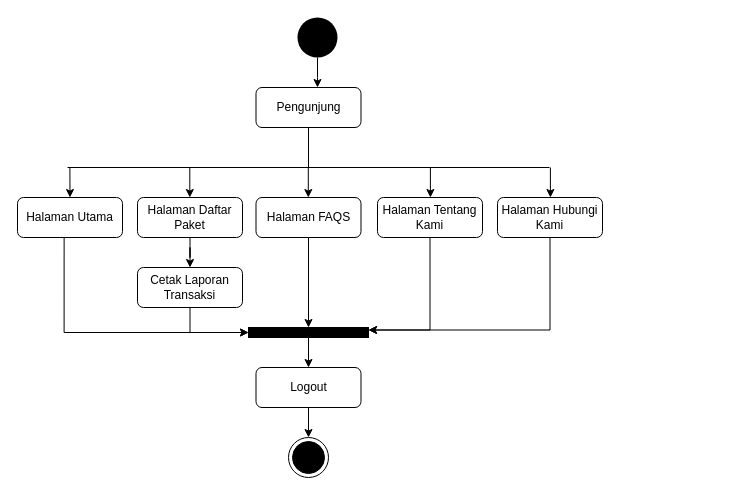
Above: page "AD-Pengunjung" (5 of 20) of SKRIPSI TARMIZI MAULANA/ARSIP/FILE MASTER DESAIN/DIAGRAM SKIRPSI TARMIZI MAULANA.drawio in Khairul122/JK-WebPemesananJasaFotografer-ED (draw.io), before the change. Source tidied: cells renumbered, new cells numbered last; positions are measured from the earlier drawing's top-left corner, leaving out a move shared by most shapes. Both pictures are drawn from the tidied source at 100%, with x=0, y=0 at pixel (17, 17).
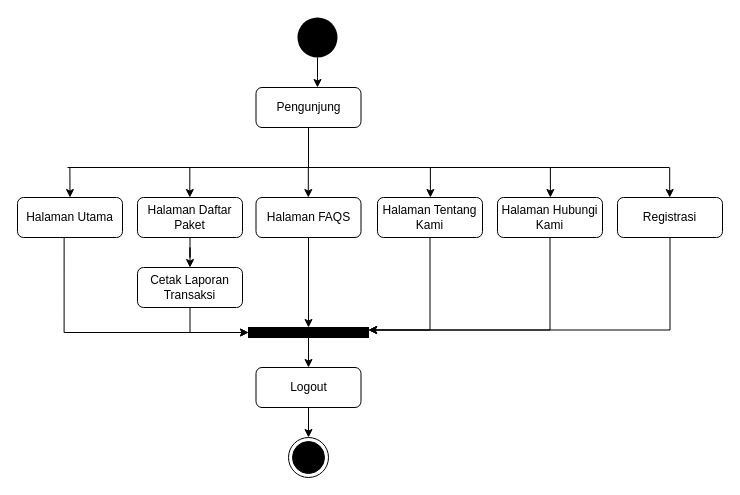
After the change.

The change refers to these unchanged cells:
```xml
<mxCell id="12" style="rounded=0;whiteSpace=wrap;html=1;fillColor=#000000;" parent="1" vertex="1">
  <mxGeometry x="231" y="310" width="120" height="10" as="geometry" />
</mxCell>
```

What changed in the source:
```diff
@@
     <mxCell id="21" style="endArrow=none;html=1;" parent="1" edge="1">
       <mxGeometry relative="1" as="geometry">
         <mxPoint x="50" y="150" as="sourcePoint" />
-        <mxPoint x="532" y="150" as="targetPoint" />
+        <mxPoint x="652" y="150" as="targetPoint" />
       </mxGeometry>
     </mxCell>
@@
+    <mxCell id="29" style="edgeStyle=orthogonalEdgeStyle;rounded=0;jettySize=auto;html=1;entryX=1;entryY=0.25;entryDx=0;entryDy=0;exitX=0.5;exitY=1;exitDx=0;exitDy=0;" parent="1" edge="1" source="30" target="12">
+      <mxGeometry relative="1" as="geometry" />
+    </mxCell>
+    <mxCell id="30" value="Registrasi" style="rounded=1;whiteSpace=wrap;html=1;" parent="1" vertex="1">
+      <mxGeometry x="600" y="180" width="105" height="40" as="geometry" />
+    </mxCell>
+    <mxCell id="31" style="endArrow=classic;html=1;entryX=0.5;entryY=0;entryDx=0;entryDy=0;" parent="1" edge="1">
+      <mxGeometry relative="1" as="geometry">
+        <mxPoint x="652.2" y="150" as="sourcePoint" />
+        <mxPoint x="652.2" y="180" as="targetPoint" />
+      </mxGeometry>
+    </mxCell>
```
